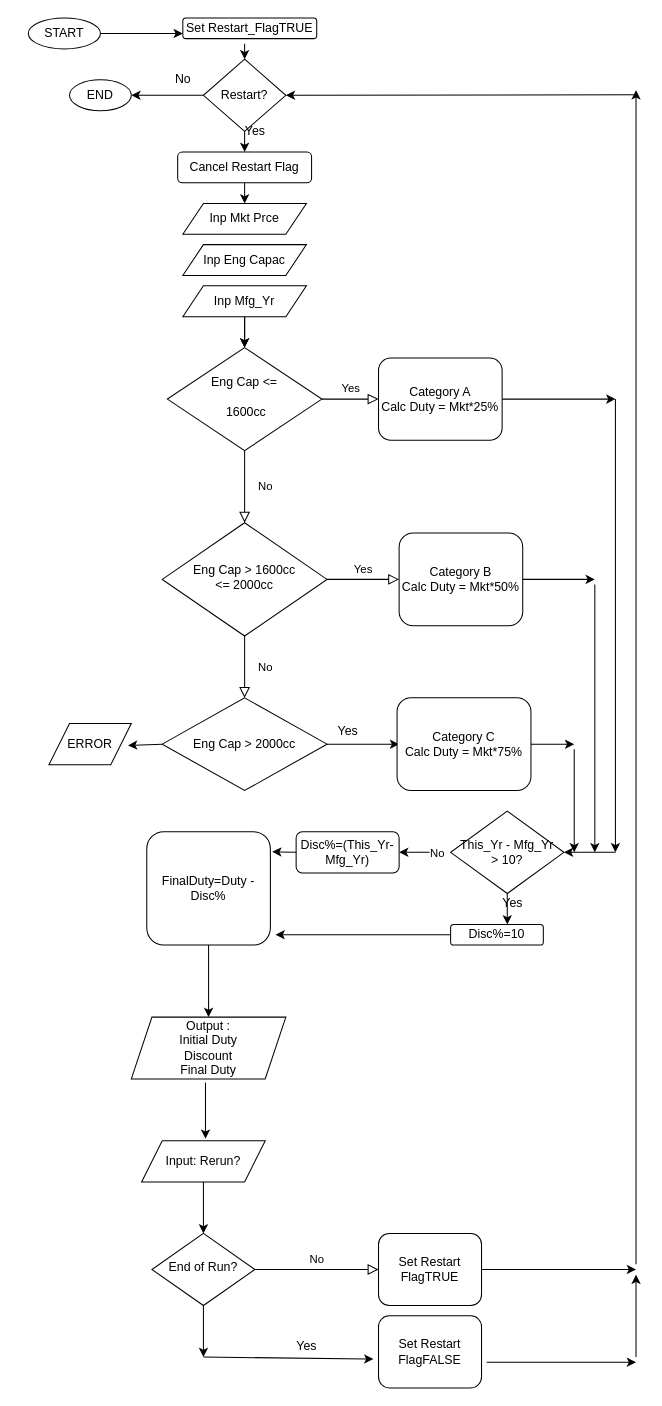
Earlier version of the draw.io diagram Untitled Diagram.drawio (john-itcsolutions/Elastos). Source tidied: cells renumbered, new cells numbered last; positions are measured from the earlier drawing's top-left corner, leaving out a move shared by most shapes. Both pictures are drawn from the tidied source at 103%, with x=0, y=0 at pixel (28, 18).
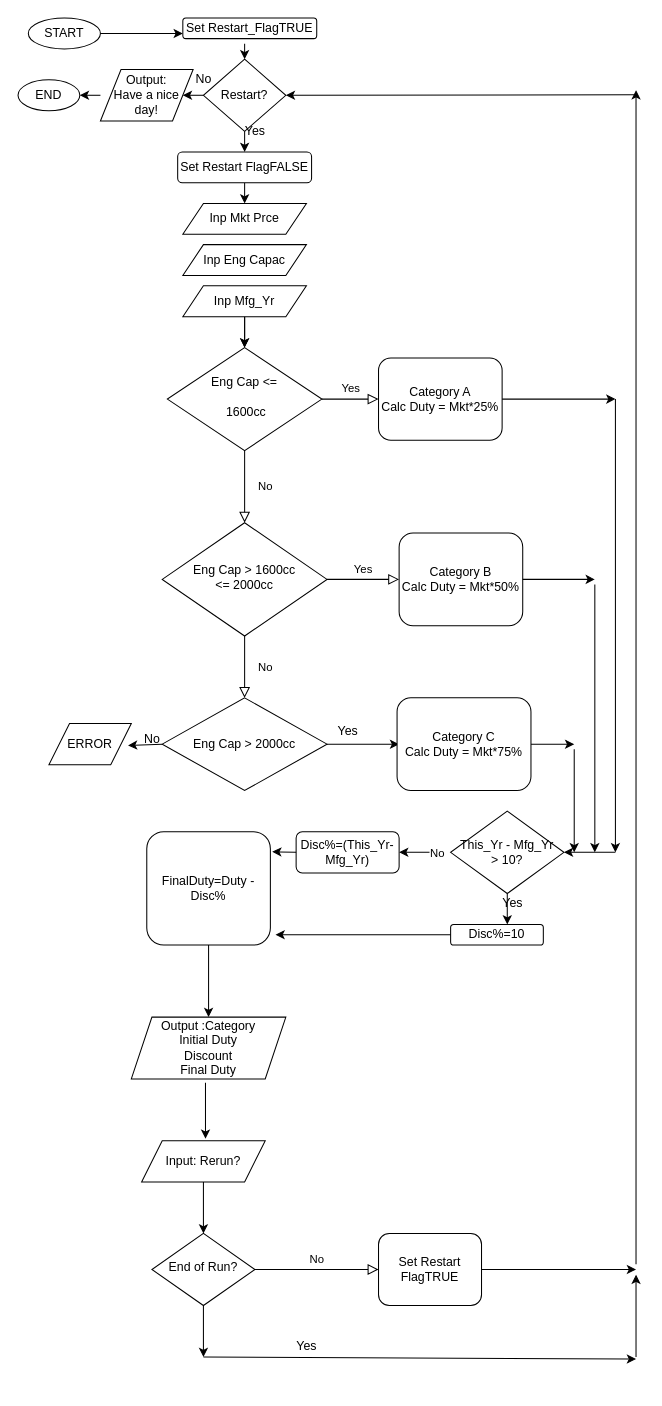
Above is the later version.

The change refers to these unchanged cells:
```xml
<mxCell id="54" value="Restart?" style="rhombus;whiteSpace=wrap;html=1;" parent="1" vertex="1">
  <mxGeometry x="170" y="40" width="80" height="70" as="geometry" />
</mxCell>
```

What changed in the source:
```diff
@@
-    <mxCell id="39" value="&lt;div&gt;Output :&lt;/div&gt;&lt;div&gt;Initial Duty&lt;br&gt;&lt;/div&gt;&lt;div&gt;Discount&lt;/div&gt;&lt;div&gt;Final Duty&lt;br&gt;&lt;/div&gt;" style="shape=parallelogram;perimeter=parallelogramPerimeter;whiteSpace=wrap;html=1;fixedSize=1;" parent="1" vertex="1">
+    <mxCell id="39" value="&lt;div&gt;Output :Category&lt;/div&gt;&lt;div&gt;Initial Duty&lt;br&gt;&lt;/div&gt;&lt;div&gt;Discount&lt;/div&gt;&lt;div&gt;Final Duty&lt;br&gt;&lt;/div&gt;" style="shape=parallelogram;perimeter=parallelogramPerimeter;whiteSpace=wrap;html=1;fixedSize=1;" parent="1" vertex="1">
       <mxGeometry x="100" y="970" width="150" height="60" as="geometry" />
     </mxCell>
@@
-    <mxCell id="52" value="Cancel Restart Flag" style="rounded=1;whiteSpace=wrap;html=1;" parent="1" vertex="1">
+    <mxCell id="52" value="Set Restart FlagFALSE" style="rounded=1;whiteSpace=wrap;html=1;" parent="1" vertex="1">
       <mxGeometry x="145" y="130" width="130" height="30" as="geometry" />
     </mxCell>
@@
     <mxCell id="57" value="No" style="text;html=1;align=center;verticalAlign=middle;" parent="1" vertex="1">
-      <mxGeometry x="135" y="50" width="30" height="20" as="geometry" />
+      <mxGeometry x="155" y="50" width="30" height="20" as="geometry" />
     </mxCell>
-    <mxCell id="58" style="endArrow=classic;html=1;exitX=0;exitY=0.5;exitDx=0;exitDy=0;entryX=1;entryY=0.5;entryDx=0;entryDy=0;" parent="1" edge="1" source="54" target="60">
-      <mxGeometry relative="1" as="geometry" />
+    <mxCell id="58" style="endArrow=classic;html=1;exitX=0;exitY=0.5;exitDx=0;exitDy=0;" parent="1" edge="1" source="54">
+      <mxGeometry relative="1" as="geometry">
+        <mxPoint x="150" y="75" as="targetPoint" />
+      </mxGeometry>
     </mxCell>
@@
     <mxCell id="60" value="END" style="ellipse;whiteSpace=wrap;html=1;" parent="1" vertex="1">
-      <mxGeometry x="40" y="60" width="60" height="30" as="geometry" />
+      <mxGeometry x="-10" y="60" width="60" height="30" as="geometry" />
     </mxCell>
-    <mxCell id="61" style="endArrow=classic;html=1;entryX=-0.05;entryY=0.6;entryDx=0;entryDy=0;entryPerimeter=0;" parent="1" edge="1" target="62">
+    <mxCell id="61" style="endArrow=classic;html=1;" parent="1" edge="1">
       <mxGeometry relative="1" as="geometry">
         <mxPoint x="170" y="1300" as="sourcePoint" />
+        <mxPoint x="590" y="1302" as="targetPoint" />
       </mxGeometry>
     </mxCell>
-    <mxCell id="62" value="&lt;div&gt;Set Restart FlagFALSE&lt;/div&gt;" style="rounded=1;whiteSpace=wrap;html=1;" parent="1" vertex="1">
-      <mxGeometry x="340" y="1260" width="100" height="70" as="geometry" />
-    </mxCell>
-    <mxCell id="63" style="endArrow=classic;html=1;exitX=1.05;exitY=0.643;exitDx=0;exitDy=0;exitPerimeter=0;" parent="1" edge="1" source="62">
-      <mxGeometry relative="1" as="geometry">
-        <mxPoint x="590" y="1305" as="targetPoint" />
-      </mxGeometry>
-    </mxCell>
@@
+    <mxCell id="68" value="No" style="text;html=1;align=center;verticalAlign=middle;" parent="1" vertex="1">
+      <mxGeometry x="105" y="690" width="30" height="20" as="geometry" />
+    </mxCell>
+    <mxCell id="69" value="&lt;div&gt;Output:&lt;/div&gt;&lt;div&gt;Have a nice&lt;br&gt;&lt;/div&gt;&lt;div&gt;day!&lt;br&gt;&lt;/div&gt;" style="shape=parallelogram;perimeter=parallelogramPerimeter;whiteSpace=wrap;html=1;fixedSize=1;" parent="1" vertex="1">
+      <mxGeometry x="70" y="50" width="90" height="50" as="geometry" />
+    </mxCell>
+    <mxCell id="70" style="endArrow=classic;html=1;entryX=1;entryY=0.5;entryDx=0;entryDy=0;" parent="1" edge="1" target="60">
+      <mxGeometry relative="1" as="geometry">
+        <mxPoint x="70" y="75" as="sourcePoint" />
+      </mxGeometry>
+    </mxCell>
```
